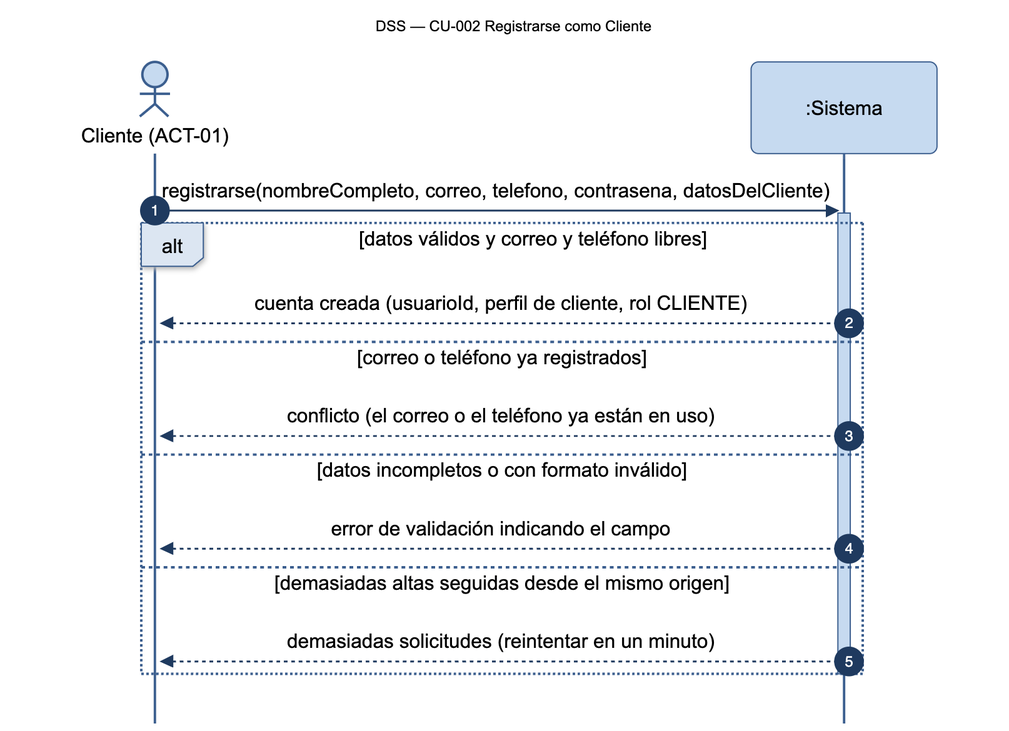
This is diagramas/png/DSS_CU-002_Registrarse-Como-Cliente.png from Nahuelito-Dev/splg-docs, a Mermaid export, as it was before one commit. Its source is kept beside it as diagramas/DSS_CU-002_Registrarse-Como-Cliente.mmd.
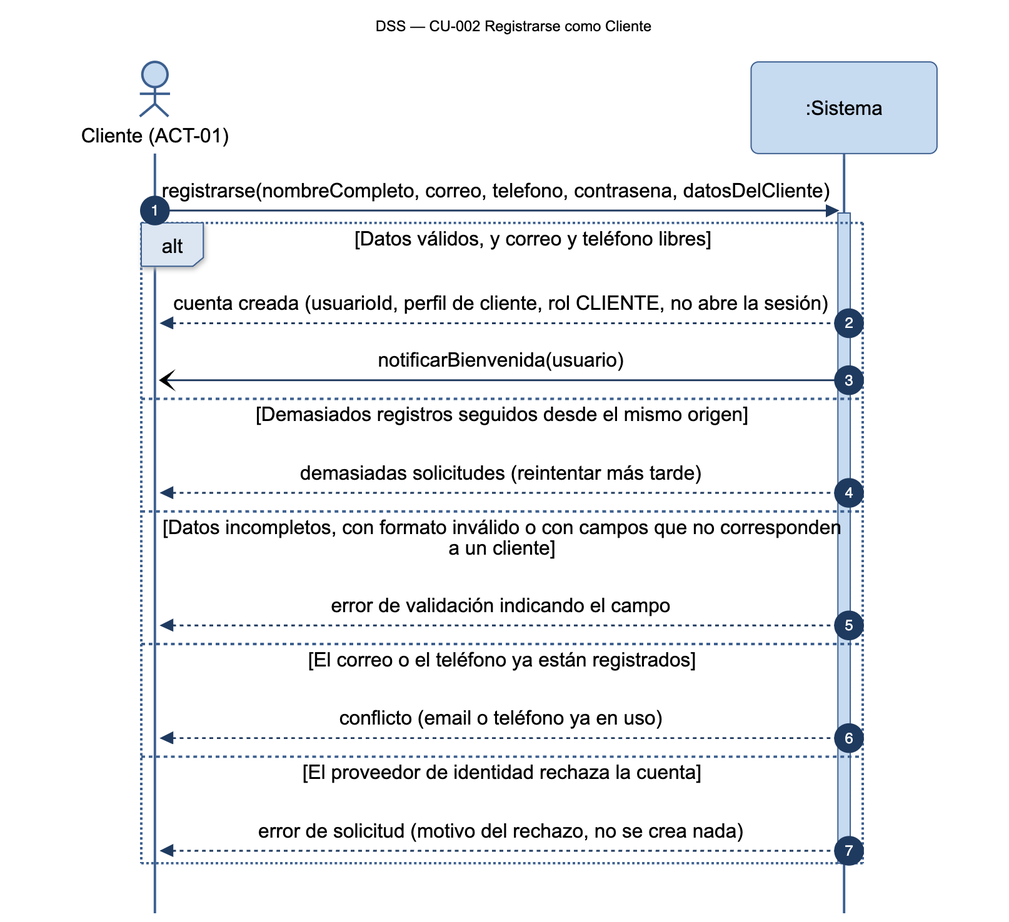
Later version of the same file.

The edit, as a diff of the source:
```diff
@@ -6,13 +6,16 @@
 
     CLI->>SIS: registrarse(nombreCompleto, correo, telefono, contrasena, datosDelCliente)
     activate SIS
-    alt datos válidos y correo y teléfono libres
-        SIS-->>CLI: cuenta creada (usuarioId, perfil de cliente, rol CLIENTE)
-    else correo o teléfono ya registrados
-        SIS-->>CLI: conflicto (el correo o el teléfono ya están en uso)
-    else datos incompletos o con formato inválido
+    alt Datos válidos, y correo y teléfono libres
+        SIS-->>CLI: cuenta creada (usuarioId, perfil de cliente, rol CLIENTE, no abre la sesión)
+        SIS-)CLI: notificarBienvenida(usuario)
+    else Demasiados registros seguidos desde el mismo origen
+        SIS-->>CLI: demasiadas solicitudes (reintentar más tarde)
+    else Datos incompletos, con formato inválido o con campos que no corresponden a un cliente
         SIS-->>CLI: error de validación indicando el campo
-    else demasiadas altas seguidas desde el mismo origen
-        SIS-->>CLI: demasiadas solicitudes (reintentar en un minuto)
+    else El correo o el teléfono ya están registrados
+        SIS-->>CLI: conflicto (email o teléfono ya en uso)
+    else El proveedor de identidad rechaza la cuenta
+        SIS-->>CLI: error de solicitud (motivo del rechazo, no se crea nada)
     end
     deactivate SIS
```
